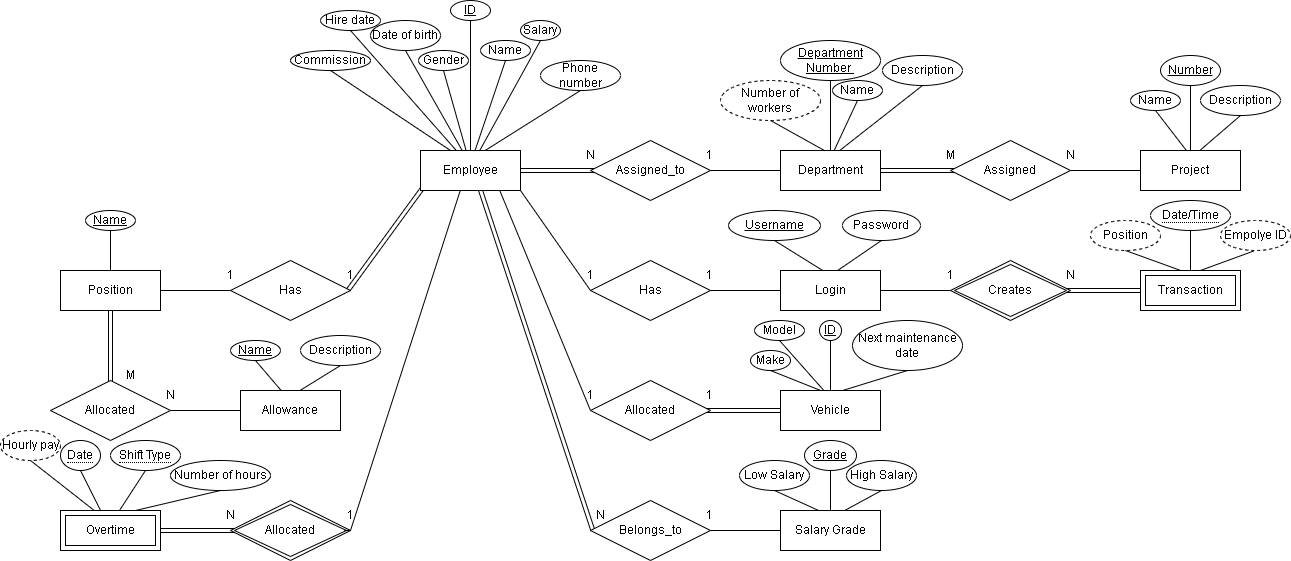
Before: Phase 1/ERD.drawio.png, a diagram exported from draw.io (AhmedElkhashn/DB-project). Source tidied: cells renumbered, new cells last; positions are measured from the earlier drawing's top-left corner, leaving out a move shared by most shapes.
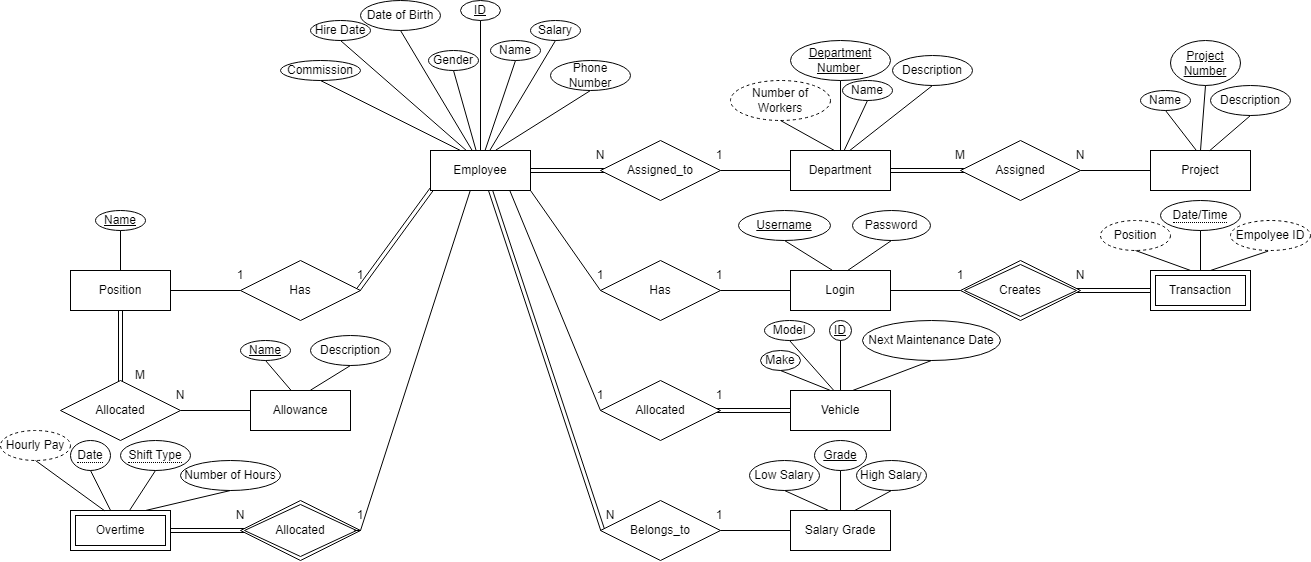
The same file after the commit.

The edit, as a diff of the source:
```diff
@@ -124,20 +124,20 @@
     <mxCell id="37" value="Name" style="ellipse;whiteSpace=wrap;html=1;align=center;" parent="1" vertex="1">
       <mxGeometry x="480" y="40" width="50" height="20" as="geometry" />
     </mxCell>
-    <mxCell id="38" value="Hire date" style="ellipse;whiteSpace=wrap;html=1;align=center;" parent="1" vertex="1">
-      <mxGeometry x="320" y="10" width="60" height="20" as="geometry" />
+    <mxCell id="38" value="Hire Date" style="ellipse;whiteSpace=wrap;html=1;align=center;" parent="1" vertex="1">
+      <mxGeometry x="300" y="20" width="60" height="20" as="geometry" />
     </mxCell>
-    <mxCell id="39" value="Date of birth" style="ellipse;whiteSpace=wrap;html=1;align=center;" parent="1" vertex="1">
-      <mxGeometry x="370" y="20" width="70" height="30" as="geometry" />
+    <mxCell id="39" value="Date of Birth" style="ellipse;whiteSpace=wrap;html=1;align=center;" parent="1" vertex="1">
+      <mxGeometry x="350" width="80" height="30" as="geometry" />
     </mxCell>
     <mxCell id="40" value="Gender" style="ellipse;whiteSpace=wrap;html=1;align=center;" parent="1" vertex="1">
       <mxGeometry x="418" y="50" width="50" height="20" as="geometry" />
     </mxCell>
     <mxCell id="41" value="Salary" style="ellipse;whiteSpace=wrap;html=1;align=center;" parent="1" vertex="1">
-      <mxGeometry x="520" y="20" width="40" height="20" as="geometry" />
+      <mxGeometry x="520" y="20" width="50" height="20" as="geometry" />
     </mxCell>
     <mxCell id="42" value="Commission" style="ellipse;whiteSpace=wrap;html=1;align=center;" parent="1" vertex="1">
-      <mxGeometry x="290" y="50" width="80" height="20" as="geometry" />
+      <mxGeometry x="270" y="60" width="80" height="20" as="geometry" />
     </mxCell>
     <mxCell id="43" style="endArrow=none;html=1;rounded=0;exitX=0.5;exitY=1;exitDx=0;exitDy=0;entryX=0.545;entryY=0.004;entryDx=0;entryDy=0;entryPerimeter=0;" parent="1" edge="1" source="37" target="8">
       <mxGeometry relative="1" as="geometry" />
@@ -172,7 +172,7 @@
     <mxCell id="53" value="Name" style="ellipse;whiteSpace=wrap;html=1;align=center;" parent="1" vertex="1">
       <mxGeometry x="832" y="80" width="50" height="20" as="geometry" />
     </mxCell>
-    <mxCell id="54" value="Number of workers" style="ellipse;whiteSpace=wrap;html=1;align=center;dashed=1;" parent="1" vertex="1">
+    <mxCell id="54" value="Number of Workers" style="ellipse;whiteSpace=wrap;html=1;align=center;dashed=1;" parent="1" vertex="1">
       <mxGeometry x="720" y="80" width="100" height="40" as="geometry" />
     </mxCell>
     <mxCell id="55" style="endArrow=none;html=1;rounded=0;exitX=0.5;exitY=1;exitDx=0;exitDy=0;entryX=0.442;entryY=0.004;entryDx=0;entryDy=0;entryPerimeter=0;" parent="1" edge="1" source="54" target="13">
@@ -232,8 +232,8 @@
     <mxCell id="73" value="Model" style="ellipse;whiteSpace=wrap;html=1;align=center;" parent="1" vertex="1">
       <mxGeometry x="754" y="320" width="50" height="20" as="geometry" />
     </mxCell>
-    <mxCell id="74" value="Next maintenance date" style="ellipse;whiteSpace=wrap;html=1;align=center;" parent="1" vertex="1">
-      <mxGeometry x="852" y="320" width="110" height="50" as="geometry" />
+    <mxCell id="74" value="Next Maintenance Date" style="ellipse;whiteSpace=wrap;html=1;align=center;" parent="1" vertex="1">
+      <mxGeometry x="852" y="320" width="138" height="40" as="geometry" />
     </mxCell>
     <mxCell id="75" style="endArrow=none;html=1;rounded=0;exitX=0.5;exitY=1;exitDx=0;exitDy=0;entryX=0.437;entryY=0.01;entryDx=0;entryDy=0;entryPerimeter=0;" parent="1" edge="1" source="73" target="119">
       <mxGeometry relative="1" as="geometry" />
@@ -248,8 +248,8 @@
         <mxPoint x="841.9" y="390.1" as="targetPoint" />
       </mxGeometry>
     </mxCell>
-    <mxCell id="78" value="Empolye ID" style="ellipse;whiteSpace=wrap;html=1;align=center;dashed=1;" parent="1" vertex="1">
-      <mxGeometry x="1220" y="220" width="70" height="30" as="geometry" />
+    <mxCell id="78" value="Empolyee ID" style="ellipse;whiteSpace=wrap;html=1;align=center;dashed=1;" parent="1" vertex="1">
+      <mxGeometry x="1220" y="220" width="80" height="30" as="geometry" />
     </mxCell>
     <mxCell id="79" value="Position" style="ellipse;whiteSpace=wrap;html=1;align=center;dashed=1;" parent="1" vertex="1">
       <mxGeometry x="1090" y="220" width="70" height="30" as="geometry" />
@@ -296,10 +296,10 @@
     <mxCell id="91" value="&lt;span style=&quot;border-bottom: 1px dotted&quot;&gt;Date&lt;/span&gt;" style="ellipse;whiteSpace=wrap;html=1;align=center;" parent="1" vertex="1">
       <mxGeometry x="60" y="440" width="40" height="30" as="geometry" />
     </mxCell>
-    <mxCell id="92" value="Hourly pay" style="ellipse;whiteSpace=wrap;html=1;align=center;dashed=1;" parent="1" vertex="1">
-      <mxGeometry y="430" width="60" height="30" as="geometry" />
+    <mxCell id="92" value="Hourly Pay" style="ellipse;whiteSpace=wrap;html=1;align=center;dashed=1;" parent="1" vertex="1">
+      <mxGeometry x="-10" y="430" width="70" height="30" as="geometry" />
     </mxCell>
-    <mxCell id="93" value="Number of hours" style="ellipse;whiteSpace=wrap;html=1;align=center;" parent="1" vertex="1">
+    <mxCell id="93" value="Number of Hours" style="ellipse;whiteSpace=wrap;html=1;align=center;" parent="1" vertex="1">
       <mxGeometry x="170" y="460" width="100" height="30" as="geometry" />
     </mxCell>
     <mxCell id="94" style="endArrow=none;html=1;rounded=0;exitX=0.5;exitY=1;exitDx=0;exitDy=0;entryX=0.4;entryY=-0.004;entryDx=0;entryDy=0;entryPerimeter=0;" parent="1" edge="1" source="91" target="30">
@@ -389,13 +389,13 @@
     <mxCell id="122" value="Allocated" style="shape=rhombus;perimeter=rhombusPerimeter;whiteSpace=wrap;html=1;align=center;" parent="1" vertex="1">
       <mxGeometry x="590" y="380" width="120" height="60" as="geometry" />
     </mxCell>
-    <mxCell id="123" value="Number" style="ellipse;whiteSpace=wrap;html=1;align=center;fontStyle=4;" parent="1" vertex="1">
-      <mxGeometry x="1160" y="55" width="60" height="30" as="geometry" />
+    <mxCell id="123" value="Project Number" style="ellipse;whiteSpace=wrap;html=1;align=center;fontStyle=4;" parent="1" vertex="1">
+      <mxGeometry x="1160" y="40" width="70" height="45" as="geometry" />
     </mxCell>
     <mxCell id="124" style="endArrow=none;html=1;rounded=0;entryX=0.5;entryY=1;entryDx=0;entryDy=0;exitX=0.5;exitY=0;exitDx=0;exitDy=0;" parent="1" edge="1" source="16" target="123">
       <mxGeometry relative="1" as="geometry" />
     </mxCell>
-    <mxCell id="125" value="Phone number" style="ellipse;whiteSpace=wrap;html=1;align=center;" parent="1" vertex="1">
+    <mxCell id="125" value="Phone Number" style="ellipse;whiteSpace=wrap;html=1;align=center;" parent="1" vertex="1">
       <mxGeometry x="540" y="60" width="80" height="30" as="geometry" />
     </mxCell>
   </root>
```
